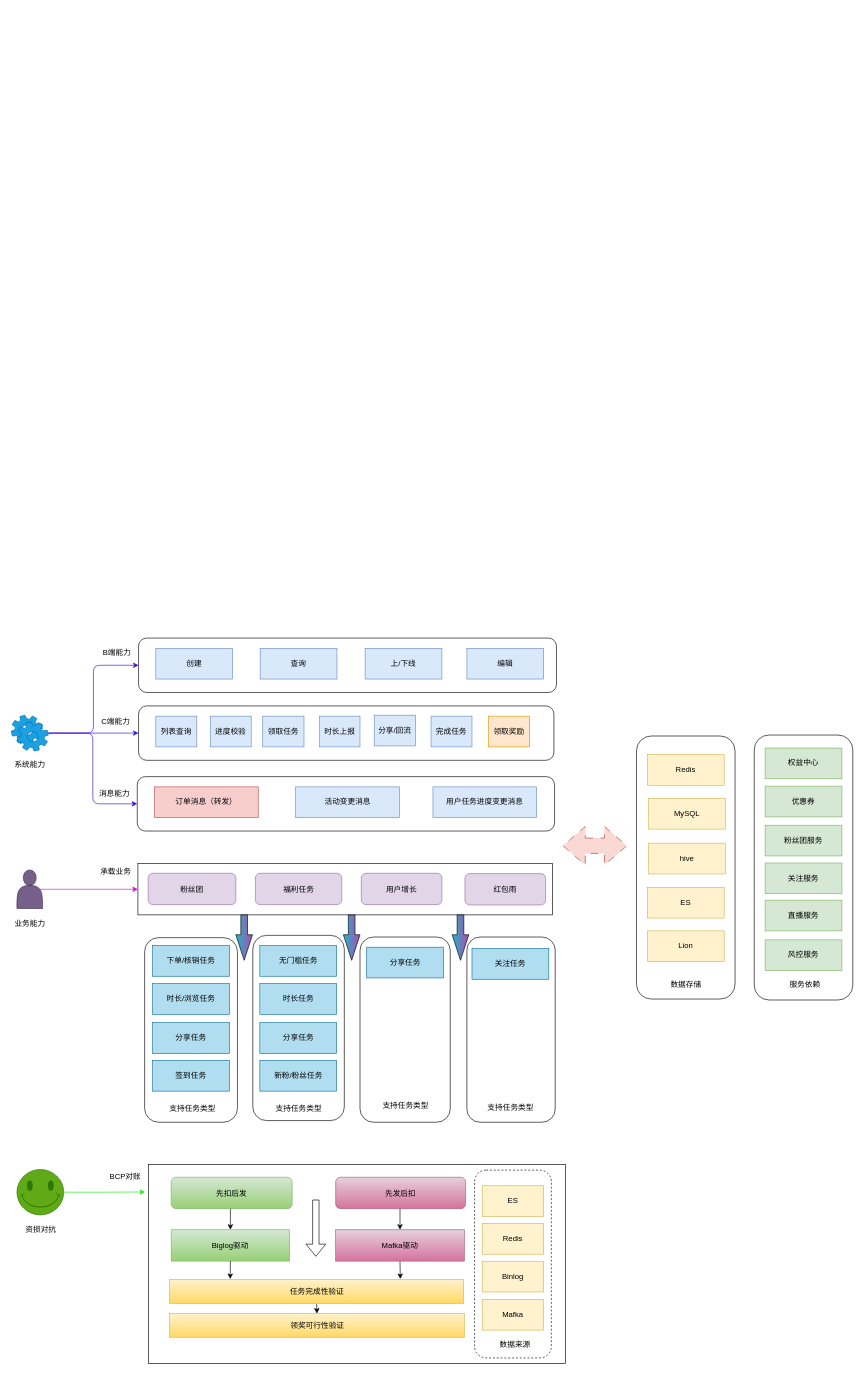
Before: 任务.drawio in fengyn1218/draw-pic, a draw.io diagram. Source tidied: cells renumbered, new cells numbered last; positions are measured from the earlier drawing's top-left corner, leaving out a move shared by most shapes. Both pictures are drawn from the tidied source at 64%, with x=0, y=0 at pixel (11, 638).
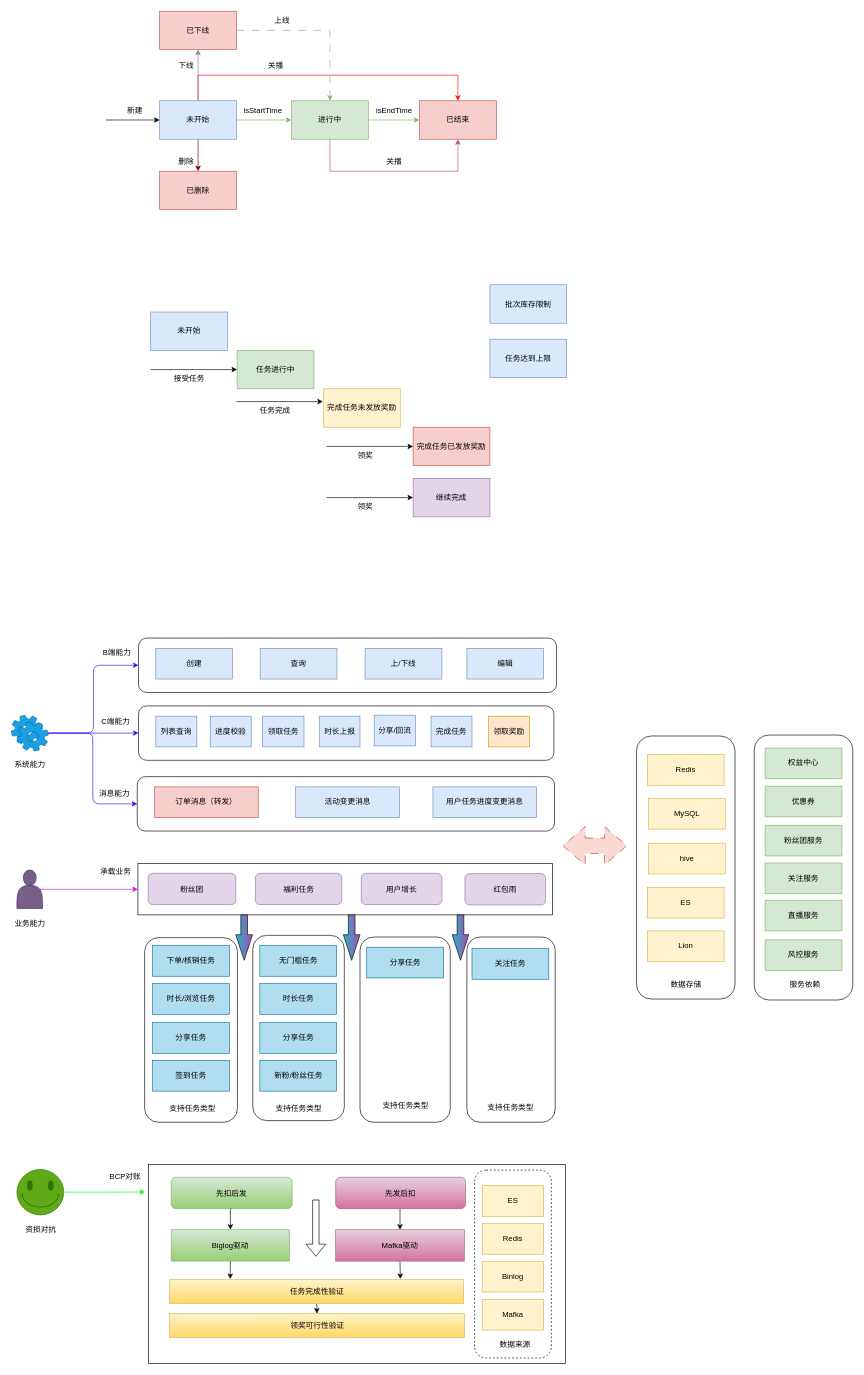
After the change.

What changed in the source:
```diff
@@
+    <mxCell id="96" style="edgeStyle=orthogonalEdgeStyle;rounded=0;jettySize=auto;html=1;exitX=1;exitY=0.5;exitDx=0;exitDy=0;entryX=0;entryY=0.5;entryDx=0;entryDy=0;fillColor=#d5e8d4;strokeColor=#82b366;flowAnimation=1;" parent="1" edge="1" source="100" target="104">
+      <mxGeometry relative="1" as="geometry" />
+    </mxCell>
+    <mxCell id="97" style="edgeStyle=orthogonalEdgeStyle;rounded=0;jettySize=auto;html=1;exitX=0.5;exitY=0;exitDx=0;exitDy=0;entryX=0.5;entryY=0;entryDx=0;entryDy=0;strokeColor=#f90b0b;flowAnimation=1;" parent="1" edge="1" source="100" target="112">
+      <mxGeometry relative="1" as="geometry">
+        <Array as="points">
+          <mxPoint x="292" y="-880" />
+          <mxPoint x="698" y="-880" />
+        </Array>
+      </mxGeometry>
+    </mxCell>
+    <mxCell id="98" style="edgeStyle=orthogonalEdgeStyle;rounded=0;jettySize=auto;html=1;exitX=0.5;exitY=0;exitDx=0;exitDy=0;entryX=0.5;entryY=1;entryDx=0;entryDy=0;fillColor=#e1d5e7;strokeColor=#9673a6;flowAnimation=1;" parent="1" edge="1" source="100" target="106">
+      <mxGeometry relative="1" as="geometry" />
+    </mxCell>
+    <mxCell id="99" style="edgeStyle=orthogonalEdgeStyle;rounded=0;jettySize=auto;html=1;exitX=0.5;exitY=1;exitDx=0;exitDy=0;entryX=0.5;entryY=0;entryDx=0;entryDy=0;fillColor=#a20025;strokeColor=#6F0000;flowAnimation=1;" parent="1" edge="1" source="100" target="110">
+      <mxGeometry relative="1" as="geometry" />
+    </mxCell>
+    <mxCell id="100" value="未开始" style="rounded=0;whiteSpace=wrap;html=1;fillColor=#dae8fc;strokeColor=#6c8ebf;" parent="1" vertex="1">
+      <mxGeometry x="232" y="-840" width="120" height="60" as="geometry" />
+    </mxCell>
+    <mxCell id="101" value="新建" style="text;html=1;align=center;verticalAlign=middle;strokeColor=none;fillColor=none;" parent="1" vertex="1">
+      <mxGeometry x="168" y="-839" width="50" height="30" as="geometry" />
+    </mxCell>
+    <mxCell id="102" style="edgeStyle=orthogonalEdgeStyle;rounded=0;jettySize=auto;html=1;exitX=1;exitY=0.5;exitDx=0;exitDy=0;entryX=0;entryY=0.5;entryDx=0;entryDy=0;fillColor=#d5e8d4;strokeColor=#82b366;flowAnimation=1;" parent="1" edge="1" source="104" target="112">
+      <mxGeometry relative="1" as="geometry" />
+    </mxCell>
+    <mxCell id="103" style="edgeStyle=orthogonalEdgeStyle;rounded=0;jettySize=auto;html=1;exitX=0.5;exitY=1;exitDx=0;exitDy=0;entryX=0.5;entryY=1;entryDx=0;entryDy=0;fillColor=#f8cecc;strokeColor=#b85450;flowAnimation=1;" parent="1" edge="1" source="104" target="112">
+      <mxGeometry relative="1" as="geometry">
+        <Array as="points">
+          <mxPoint x="498" y="-730" />
+          <mxPoint x="698" y="-730" />
+        </Array>
+      </mxGeometry>
+    </mxCell>
+    <mxCell id="104" value="进行中" style="rounded=0;whiteSpace=wrap;html=1;fillColor=#d5e8d4;strokeColor=#82b366;" parent="1" vertex="1">
+      <mxGeometry x="438" y="-840" width="120" height="60" as="geometry" />
+    </mxCell>
+    <mxCell id="105" style="edgeStyle=orthogonalEdgeStyle;rounded=0;jettySize=auto;html=1;exitX=1;exitY=0.5;exitDx=0;exitDy=0;dashed=1;dashPattern=12 12;flowAnimation=1;fillColor=#d5e8d4;strokeColor=#82b366;" parent="1" edge="1" source="106" target="104">
+      <mxGeometry relative="1" as="geometry" />
+    </mxCell>
+    <mxCell id="106" value="已下线" style="rounded=0;whiteSpace=wrap;html=1;fillColor=#f8cecc;strokeColor=#b85450;" parent="1" vertex="1">
+      <mxGeometry x="232" y="-980" width="120" height="60" as="geometry" />
+    </mxCell>
+    <mxCell id="107" value="下线" style="text;html=1;align=center;verticalAlign=middle;strokeColor=none;fillColor=none;" parent="1" vertex="1">
+      <mxGeometry x="248" y="-910" width="50" height="30" as="geometry" />
+    </mxCell>
+    <mxCell id="108" value="上线" style="text;html=1;align=center;verticalAlign=middle;strokeColor=none;fillColor=none;" parent="1" vertex="1">
+      <mxGeometry x="398" y="-980" width="50" height="30" as="geometry" />
+    </mxCell>
+    <mxCell id="109" value="isStartTime" style="text;html=1;align=center;verticalAlign=middle;strokeColor=none;fillColor=none;" parent="1" vertex="1">
+      <mxGeometry x="353" y="-839" width="80" height="30" as="geometry" />
+    </mxCell>
+    <mxCell id="110" value="已删除" style="rounded=0;whiteSpace=wrap;html=1;fillColor=#f8cecc;strokeColor=#b85450;" parent="1" vertex="1">
+      <mxGeometry x="232" y="-730" width="120" height="60" as="geometry" />
+    </mxCell>
+    <mxCell id="111" value="删除" style="text;html=1;align=center;verticalAlign=middle;strokeColor=none;fillColor=none;" parent="1" vertex="1">
+      <mxGeometry x="248" y="-760" width="50" height="30" as="geometry" />
+    </mxCell>
+    <mxCell id="112" value="已结束" style="rounded=0;whiteSpace=wrap;html=1;fillColor=#f8cecc;strokeColor=#b85450;" parent="1" vertex="1">
+      <mxGeometry x="638" y="-840" width="120" height="60" as="geometry" />
+    </mxCell>
+    <mxCell id="113" value="isEndTime" style="text;html=1;align=center;verticalAlign=middle;strokeColor=none;fillColor=none;" parent="1" vertex="1">
+      <mxGeometry x="558" y="-840" width="80" height="30" as="geometry" />
+    </mxCell>
+    <mxCell id="114" value="关播" style="text;html=1;align=center;verticalAlign=middle;strokeColor=none;fillColor=none;" parent="1" vertex="1">
+      <mxGeometry x="388" y="-910" width="50" height="30" as="geometry" />
+    </mxCell>
+    <mxCell id="115" value="关播" style="text;html=1;align=center;verticalAlign=middle;strokeColor=none;fillColor=none;" parent="1" vertex="1">
+      <mxGeometry x="573" y="-760" width="50" height="30" as="geometry" />
+    </mxCell>
+    <mxCell id="116" style="endArrow=classic;html=1;rounded=0;entryX=0;entryY=0.5;entryDx=0;entryDy=0;" parent="1" edge="1" target="100">
+      <mxGeometry relative="1" as="geometry">
+        <mxPoint x="148" y="-810" as="sourcePoint" />
+      </mxGeometry>
+    </mxCell>
+    <mxCell id="117" value="未开始" style="rounded=0;whiteSpace=wrap;html=1;fillColor=#dae8fc;strokeColor=#6c8ebf;" parent="1" vertex="1">
+      <mxGeometry x="218" y="-510" width="120" height="60" as="geometry" />
+    </mxCell>
+    <mxCell id="118" value="任务进行中" style="rounded=0;whiteSpace=wrap;html=1;fillColor=#d5e8d4;strokeColor=#82b366;" parent="1" vertex="1">
+      <mxGeometry x="353" y="-450" width="120" height="60" as="geometry" />
+    </mxCell>
+    <mxCell id="119" value="完成任务未发放奖励" style="rounded=0;whiteSpace=wrap;html=1;fillColor=#fff2cc;strokeColor=#d6b656;" parent="1" vertex="1">
+      <mxGeometry x="488" y="-390" width="120" height="60" as="geometry" />
+    </mxCell>
+    <mxCell id="120" value="完成任务已发放奖励" style="rounded=0;whiteSpace=wrap;html=1;fillColor=#f8cecc;strokeColor=#b85450;" parent="1" vertex="1">
+      <mxGeometry x="628" y="-330" width="120" height="60" as="geometry" />
+    </mxCell>
+    <mxCell id="121" value="任务达到上限" style="rounded=0;whiteSpace=wrap;html=1;fillColor=#dae8fc;strokeColor=#6c8ebf;" parent="1" vertex="1">
+      <mxGeometry x="748" y="-467.5" width="120" height="60" as="geometry" />
+    </mxCell>
+    <mxCell id="122" value="批次库存限制" style="rounded=0;whiteSpace=wrap;html=1;fillColor=#dae8fc;strokeColor=#6c8ebf;" parent="1" vertex="1">
+      <mxGeometry x="748" y="-552.5" width="120" height="60" as="geometry" />
+    </mxCell>
+    <mxCell id="123" value="继续完成" style="rounded=0;whiteSpace=wrap;html=1;fillColor=#e1d5e7;strokeColor=#9673a6;" parent="1" vertex="1">
+      <mxGeometry x="628" y="-250" width="120" height="60" as="geometry" />
+    </mxCell>
+    <mxCell id="124" style="endArrow=classic;html=1;rounded=0;entryX=0;entryY=0.5;entryDx=0;entryDy=0;" parent="1" edge="1" target="118">
+      <mxGeometry relative="1" as="geometry">
+        <mxPoint x="218" y="-420" as="sourcePoint" />
+      </mxGeometry>
+    </mxCell>
+    <mxCell id="125" value="接受任务" style="text;html=1;align=center;verticalAlign=middle;strokeColor=none;fillColor=none;" parent="1" vertex="1">
+      <mxGeometry x="243" y="-420" width="70" height="30" as="geometry" />
+    </mxCell>
+    <mxCell id="126" style="endArrow=classic;html=1;rounded=0;entryX=0;entryY=0.5;entryDx=0;entryDy=0;" parent="1" edge="1">
+      <mxGeometry relative="1" as="geometry">
+        <mxPoint x="352" y="-370" as="sourcePoint" />
+        <mxPoint x="487" y="-370" as="targetPoint" />
+      </mxGeometry>
+    </mxCell>
+    <mxCell id="127" value="任务完成" style="text;html=1;align=center;verticalAlign=middle;strokeColor=none;fillColor=none;" parent="1" vertex="1">
+      <mxGeometry x="377" y="-370" width="70" height="30" as="geometry" />
+    </mxCell>
+    <mxCell id="128" style="endArrow=classic;html=1;rounded=0;entryX=0;entryY=0.5;entryDx=0;entryDy=0;" parent="1" edge="1">
+      <mxGeometry relative="1" as="geometry">
+        <mxPoint x="493" y="-300" as="sourcePoint" />
+        <mxPoint x="628" y="-300" as="targetPoint" />
+      </mxGeometry>
+    </mxCell>
+    <mxCell id="129" value="领奖" style="text;html=1;align=center;verticalAlign=middle;strokeColor=none;fillColor=none;" parent="1" vertex="1">
+      <mxGeometry x="528" y="-300" width="50" height="30" as="geometry" />
+    </mxCell>
+    <mxCell id="130" style="endArrow=classic;html=1;rounded=0;entryX=0;entryY=0.5;entryDx=0;entryDy=0;" parent="1" edge="1">
+      <mxGeometry relative="1" as="geometry">
+        <mxPoint x="493" y="-220" as="sourcePoint" />
+        <mxPoint x="628" y="-220" as="targetPoint" />
+      </mxGeometry>
+    </mxCell>
+    <mxCell id="131" value="领奖" style="text;html=1;align=center;verticalAlign=middle;strokeColor=none;fillColor=none;" parent="1" vertex="1">
+      <mxGeometry x="528" y="-220" width="50" height="30" as="geometry" />
+    </mxCell>
```
